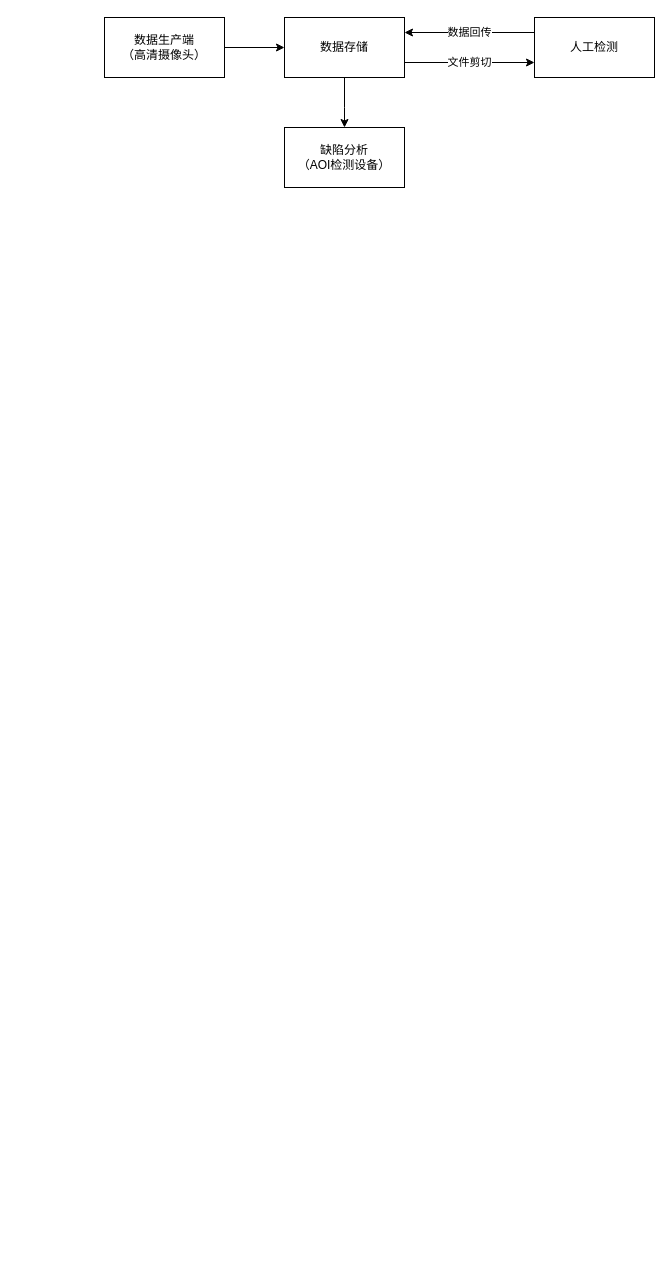
destroyer399/draw-io keeps this draw.io diagram as Untitled Diagram.drawio. Above is the earlier version. Source tidied: cells renumbered, new cells numbered last; positions are measured from the earlier drawing's top-left corner, leaving out a move shared by most shapes. Both pictures are drawn from the tidied source at 100%, with x=0, y=0 at pixel (104, 17).
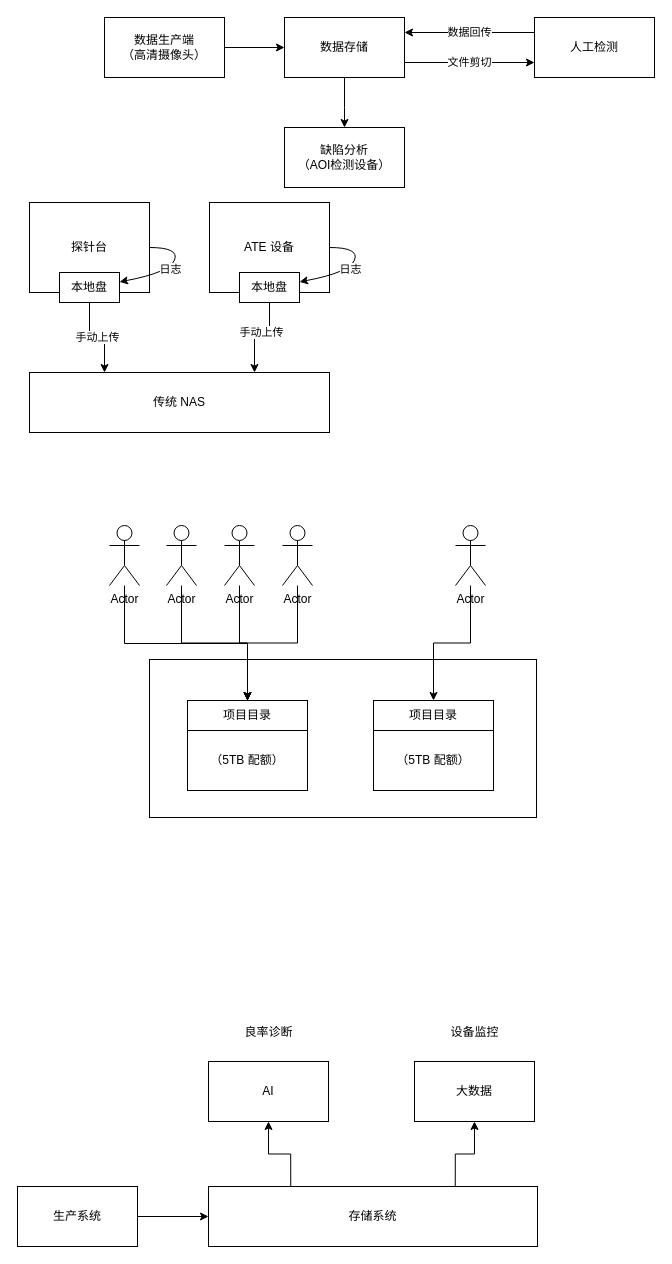
The same diagram, later.

What changed in the source:
```diff
@@
+    <mxCell id="10" value="探针台" style="rounded=0;whiteSpace=wrap;html=1;" parent="1" vertex="1">
+      <mxGeometry x="-75" y="185" width="120" height="90" as="geometry" />
+    </mxCell>
+    <mxCell id="11" value="手动上传" style="edgeStyle=orthogonalEdgeStyle;rounded=0;jettySize=auto;html=1;entryX=0.75;entryY=0;entryDx=0;entryDy=0;" parent="1" edge="1" source="12" target="13">
+      <mxGeometry relative="1" as="geometry" />
+    </mxCell>
+    <mxCell id="12" value="ATE 设备" style="rounded=0;whiteSpace=wrap;html=1;" parent="1" vertex="1">
+      <mxGeometry x="105" y="185" width="120" height="90" as="geometry" />
+    </mxCell>
+    <mxCell id="13" value="传统 NAS" style="rounded=0;whiteSpace=wrap;html=1;" parent="1" vertex="1">
+      <mxGeometry x="-75" y="355" width="300" height="60" as="geometry" />
+    </mxCell>
+    <mxCell id="14" value="手动上传" style="edgeStyle=orthogonalEdgeStyle;rounded=0;jettySize=auto;html=1;entryX=0.25;entryY=0;entryDx=0;entryDy=0;" parent="1" edge="1" source="15" target="13">
+      <mxGeometry relative="1" as="geometry" />
+    </mxCell>
+    <mxCell id="15" value="本地盘" style="rounded=0;whiteSpace=wrap;html=1;" parent="1" vertex="1">
+      <mxGeometry x="-45" y="255" width="60" height="30" as="geometry" />
+    </mxCell>
+    <mxCell id="16" value="本地盘" style="rounded=0;whiteSpace=wrap;html=1;" parent="1" vertex="1">
+      <mxGeometry x="135" y="255" width="60" height="30" as="geometry" />
+    </mxCell>
+    <mxCell id="17" value="日志" style="curved=1;endArrow=classic;html=1;exitX=1;exitY=0.5;exitDx=0;exitDy=0;" parent="1" edge="1" source="10" target="15">
+      <mxGeometry relative="1" as="geometry">
+        <Array as="points">
+          <mxPoint x="75" y="230" />
+          <mxPoint x="65" y="255" />
+        </Array>
+      </mxGeometry>
+    </mxCell>
+    <mxCell id="18" value="日志" style="curved=1;endArrow=classic;html=1;exitX=1;exitY=0.5;exitDx=0;exitDy=0;" parent="1" edge="1" source="12" target="16">
+      <mxGeometry relative="1" as="geometry">
+        <Array as="points">
+          <mxPoint x="255" y="230" />
+          <mxPoint x="245" y="255" />
+        </Array>
+      </mxGeometry>
+    </mxCell>
+    <mxCell id="19" style="rounded=0;whiteSpace=wrap;html=1;" parent="1" vertex="1">
+      <mxGeometry x="45" y="642" width="387" height="158" as="geometry" />
+    </mxCell>
+    <mxCell id="20" value="（5TB 配额）" style="rounded=0;whiteSpace=wrap;html=1;" parent="1" vertex="1">
+      <mxGeometry x="83" y="713" width="120" height="60" as="geometry" />
+    </mxCell>
+    <mxCell id="21" value="项目目录" style="rounded=0;whiteSpace=wrap;html=1;" parent="1" vertex="1">
+      <mxGeometry x="83" y="683" width="120" height="30" as="geometry" />
+    </mxCell>
+    <mxCell id="22" value="（5TB 配额）" style="rounded=0;whiteSpace=wrap;html=1;" parent="1" vertex="1">
+      <mxGeometry x="269" y="713" width="120" height="60" as="geometry" />
+    </mxCell>
+    <mxCell id="23" value="项目目录" style="rounded=0;whiteSpace=wrap;html=1;" parent="1" vertex="1">
+      <mxGeometry x="269" y="683" width="120" height="30" as="geometry" />
+    </mxCell>
+    <mxCell id="24" style="edgeStyle=orthogonalEdgeStyle;rounded=0;jettySize=auto;html=1;entryX=0.5;entryY=0;entryDx=0;entryDy=0;" parent="1" edge="1" source="25" target="21">
+      <mxGeometry relative="1" as="geometry">
+        <Array as="points">
+          <mxPoint x="20" y="626" />
+          <mxPoint x="143" y="626" />
+        </Array>
+      </mxGeometry>
+    </mxCell>
+    <mxCell id="25" value="Actor" style="shape=umlActor;verticalLabelPosition=bottom;verticalAlign=top;html=1;outlineConnect=0;" parent="1" vertex="1">
+      <mxGeometry x="5" y="508" width="30" height="60" as="geometry" />
+    </mxCell>
+    <mxCell id="26" style="edgeStyle=orthogonalEdgeStyle;rounded=0;jettySize=auto;html=1;entryX=0.5;entryY=0;entryDx=0;entryDy=0;" parent="1" edge="1" source="27" target="21">
+      <mxGeometry relative="1" as="geometry" />
+    </mxCell>
+    <mxCell id="27" value="Actor" style="shape=umlActor;verticalLabelPosition=bottom;verticalAlign=top;html=1;outlineConnect=0;" parent="1" vertex="1">
+      <mxGeometry x="62" y="508" width="30" height="60" as="geometry" />
+    </mxCell>
+    <mxCell id="28" style="edgeStyle=orthogonalEdgeStyle;rounded=0;jettySize=auto;html=1;entryX=0.5;entryY=0;entryDx=0;entryDy=0;" parent="1" edge="1" source="29" target="21">
+      <mxGeometry relative="1" as="geometry" />
+    </mxCell>
+    <mxCell id="29" value="Actor" style="shape=umlActor;verticalLabelPosition=bottom;verticalAlign=top;html=1;outlineConnect=0;" parent="1" vertex="1">
+      <mxGeometry x="120" y="508" width="30" height="60" as="geometry" />
+    </mxCell>
+    <mxCell id="30" style="edgeStyle=orthogonalEdgeStyle;rounded=0;jettySize=auto;html=1;entryX=0.5;entryY=0;entryDx=0;entryDy=0;" parent="1" edge="1" source="31" target="21">
+      <mxGeometry relative="1" as="geometry" />
+    </mxCell>
+    <mxCell id="31" value="Actor" style="shape=umlActor;verticalLabelPosition=bottom;verticalAlign=top;html=1;outlineConnect=0;" parent="1" vertex="1">
+      <mxGeometry x="178" y="508" width="30" height="60" as="geometry" />
+    </mxCell>
+    <mxCell id="32" style="edgeStyle=orthogonalEdgeStyle;rounded=0;jettySize=auto;html=1;entryX=0.5;entryY=0;entryDx=0;entryDy=0;" parent="1" edge="1" source="33" target="23">
+      <mxGeometry relative="1" as="geometry" />
+    </mxCell>
+    <mxCell id="33" value="Actor" style="shape=umlActor;verticalLabelPosition=bottom;verticalAlign=top;html=1;outlineConnect=0;" parent="1" vertex="1">
+      <mxGeometry x="351" y="508" width="30" height="60" as="geometry" />
+    </mxCell>
+    <mxCell id="34" value="AI" style="rounded=0;whiteSpace=wrap;html=1;" parent="1" vertex="1">
+      <mxGeometry x="104" y="1044" width="120" height="60" as="geometry" />
+    </mxCell>
+    <mxCell id="35" value="大数据" style="rounded=0;whiteSpace=wrap;html=1;" parent="1" vertex="1">
+      <mxGeometry x="310" y="1044" width="120" height="60" as="geometry" />
+    </mxCell>
+    <mxCell id="36" style="edgeStyle=orthogonalEdgeStyle;rounded=0;jettySize=auto;html=1;entryX=0;entryY=0.5;entryDx=0;entryDy=0;" parent="1" edge="1" source="37" target="40">
+      <mxGeometry relative="1" as="geometry" />
+    </mxCell>
+    <mxCell id="37" value="生产系统" style="rounded=0;whiteSpace=wrap;html=1;" parent="1" vertex="1">
+      <mxGeometry x="-87" y="1169" width="120" height="60" as="geometry" />
+    </mxCell>
+    <mxCell id="38" style="edgeStyle=orthogonalEdgeStyle;rounded=0;jettySize=auto;html=1;exitX=0.25;exitY=0;exitDx=0;exitDy=0;" parent="1" edge="1" source="40" target="34">
+      <mxGeometry relative="1" as="geometry" />
+    </mxCell>
+    <mxCell id="39" style="edgeStyle=orthogonalEdgeStyle;rounded=0;jettySize=auto;html=1;exitX=0.75;exitY=0;exitDx=0;exitDy=0;" parent="1" edge="1" source="40" target="35">
+      <mxGeometry relative="1" as="geometry" />
+    </mxCell>
+    <mxCell id="40" value="存储系统" style="rounded=0;whiteSpace=wrap;html=1;" parent="1" vertex="1">
+      <mxGeometry x="104" y="1169" width="329" height="60" as="geometry" />
+    </mxCell>
+    <mxCell id="41" value="良率诊断" style="text;html=1;strokeColor=none;fillColor=none;align=center;verticalAlign=middle;whiteSpace=wrap;rounded=0;" parent="1" vertex="1">
+      <mxGeometry x="127.5" y="1004" width="73" height="22" as="geometry" />
+    </mxCell>
+    <mxCell id="42" value="设备监控" style="text;html=1;strokeColor=none;fillColor=none;align=center;verticalAlign=middle;whiteSpace=wrap;rounded=0;" parent="1" vertex="1">
+      <mxGeometry x="333.5" y="1004" width="73" height="22" as="geometry" />
+    </mxCell>
```
